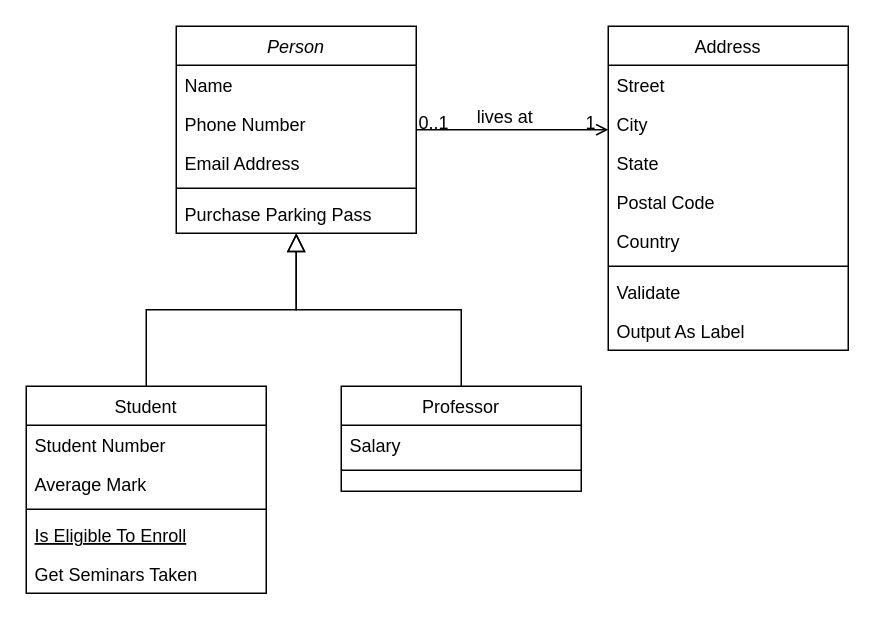
Before: 未命名绘图.drawio in Bapte/BE_POO_Template_Jialiang_Lea, a draw.io diagram. Source tidied: cells renumbered, new cells numbered last; positions are measured from the earlier drawing's top-left corner, leaving out a move shared by most shapes. Both pictures are drawn from the tidied source at 150%, with x=0, y=0 at pixel (26, 26).
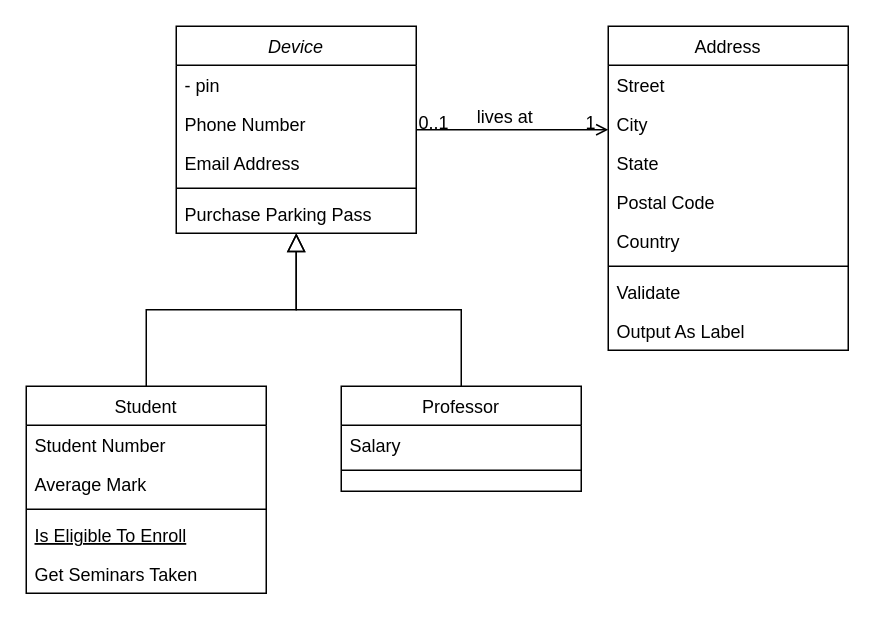
The same page after the edit.

Diff of the diagram source:
```diff
@@
-    <mxCell id="2" value="Person" style="swimlane;fontStyle=2;align=center;verticalAlign=top;horizontal=1;startSize=26;rounded=0;shadow=0;strokeWidth=1;" parent="1" vertex="1">
+    <mxCell id="2" value="Device" style="swimlane;fontStyle=2;align=center;verticalAlign=top;horizontal=1;startSize=26;rounded=0;shadow=0;strokeWidth=1;" parent="1" vertex="1">
       <mxGeometry x="100" width="160" height="138" as="geometry" />
     </mxCell>
-    <mxCell id="3" value="Name" style="text;align=left;verticalAlign=top;spacingLeft=4;spacingRight=4;overflow=hidden;" parent="2" vertex="1">
+    <mxCell id="3" value="- pin" style="text;align=left;verticalAlign=top;spacingLeft=4;spacingRight=4;overflow=hidden;" parent="2" vertex="1">
       <mxGeometry y="26" width="160" height="26" as="geometry" />
     </mxCell>
```
